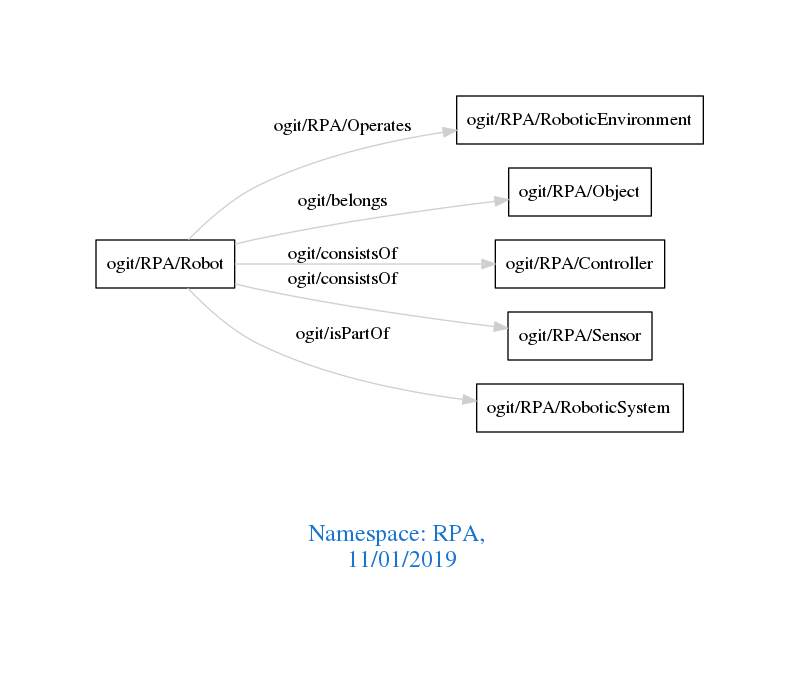
Earlier version of the Graphviz export downloads/RPA.png (arago/OGIT). Its source is kept beside it as downloads/RPA.dot.
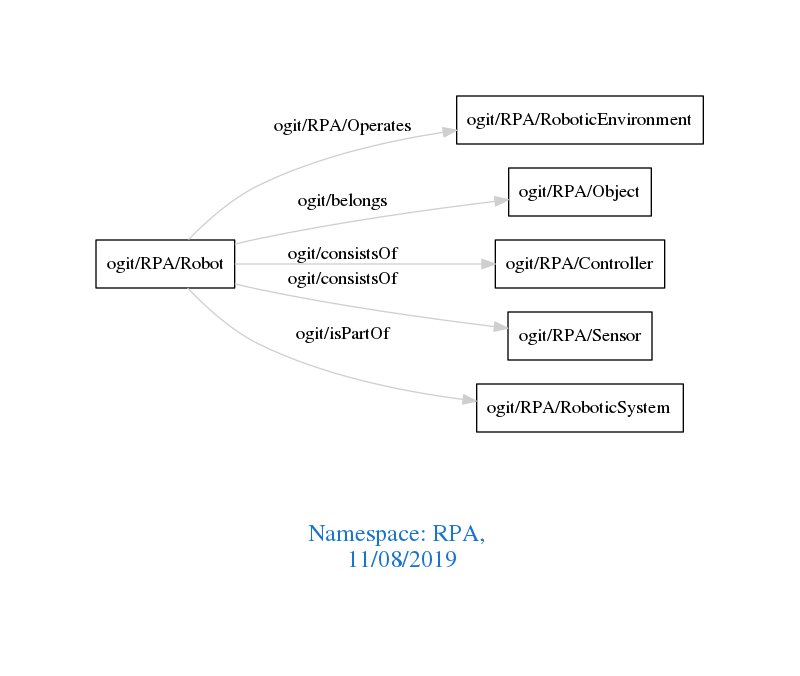
The same diagram one commit later.

The edit, as a diff of the source:
```diff
@@ -1,7 +1,7 @@
 digraph OGIT_ontology {
  graph [ rankdir= LR,pad=1
 fontsize = 18,
-fontcolor= dodgerblue3,label = "\n\n\nNamespace: RPA, \n 11/01/2019"];
+fontcolor= dodgerblue3,label = "\n\n\nNamespace: RPA, \n 11/08/2019"];
 node[shape=polygon];
 edge [  color="gray81"];
 
```
